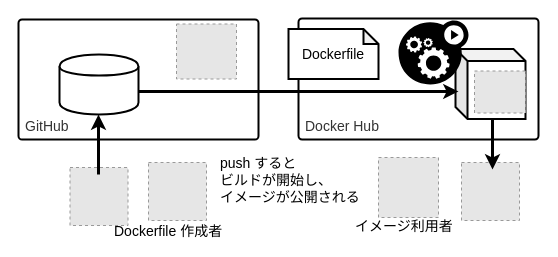
Before: images/chap05/0021_ImageOfDockerAutomatedBuilds.drawio in a6s-cloud/grouscope-books, a draw.io diagram. Source tidied: cells renumbered, new cells numbered last; positions are measured from the earlier drawing's top-left corner, leaving out a move shared by most shapes. Both pictures are drawn from the tidied source at 100%, with x=0, y=0 at pixel (18, 18). Pictures stored in the file or linked from it are replaced by grey dashed boxes.
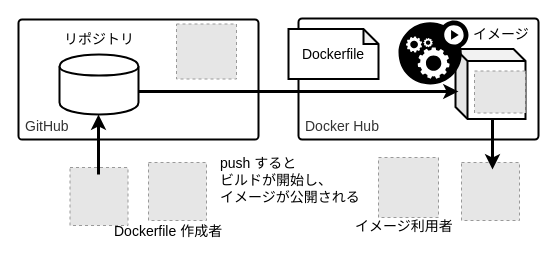
After the change.

Commit message:
テキストを追加

Diff of the diagram source:
```diff
@@
+    <mxCell id="20" value="&lt;span style=&quot;font-size: 14px&quot;&gt;リポジトリ&lt;br&gt;&lt;/span&gt;" style="text;html=1;align=left;verticalAlign=top;spacingTop=-4;" parent="1" vertex="1">
+      <mxGeometry x="43.5" y="9.5" width="90" height="20" as="geometry" />
+    </mxCell>
+    <mxCell id="21" value="&lt;span style=&quot;font-size: 14px&quot;&gt;イメージ&lt;br&gt;&lt;/span&gt;" style="text;html=1;align=left;verticalAlign=top;spacingTop=-4;" parent="1" vertex="1">
+      <mxGeometry x="453" y="4.5" width="70" height="20" as="geometry" />
+    </mxCell>
```
